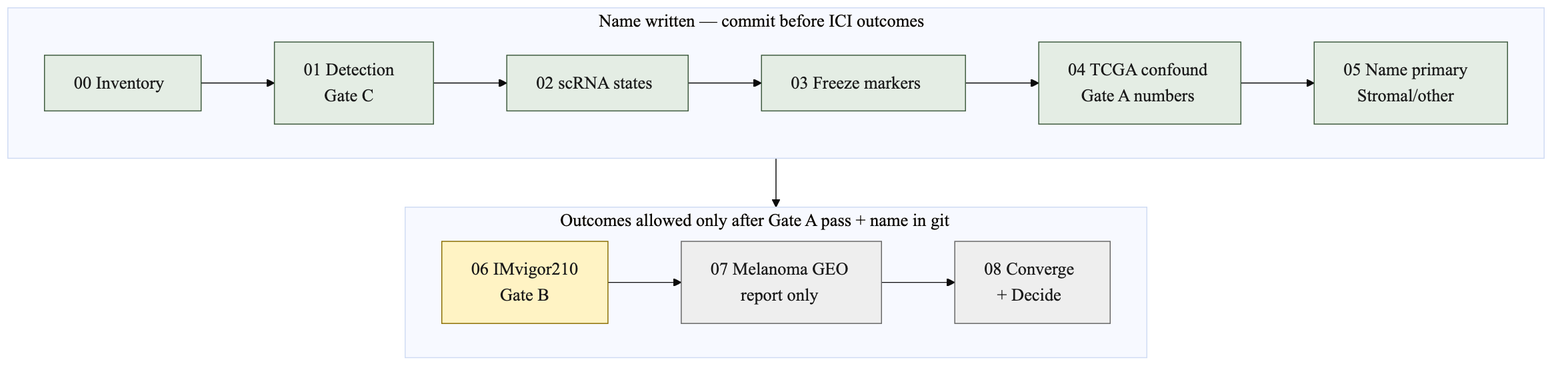
Earlier version of the Mermaid export docs/diagrams/scendo-units.png (cauld/scendo). Its source is kept beside it as docs/diagrams/scendo-units.mmd.
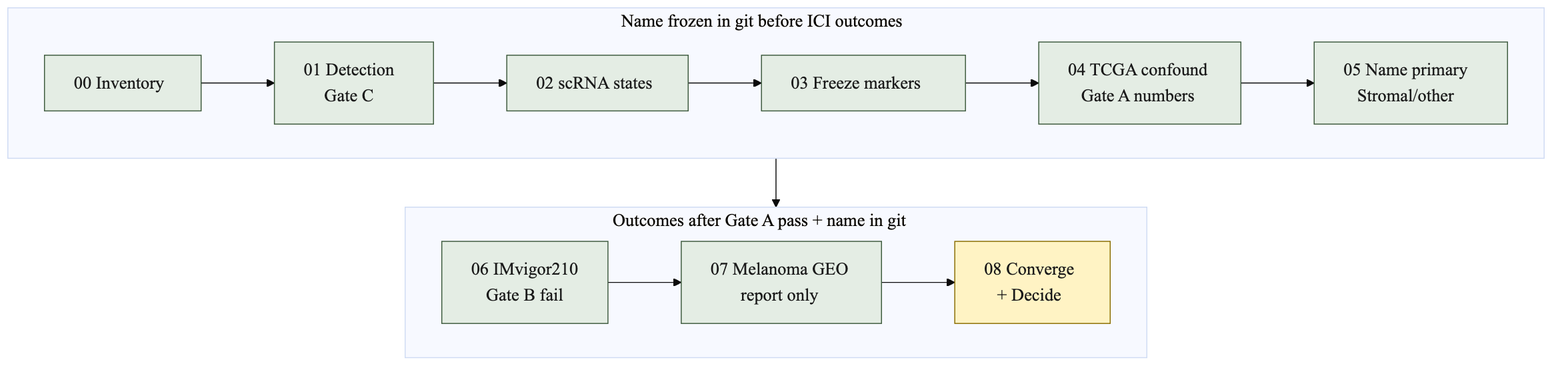
After the commit.

The edit, as a diff of the source:
```diff
@@ -1,6 +1,6 @@
 %%{init: {"theme": "base", "themeVariables": {"fontSize": "18px", "fontFamily": "Helvetica, Arial, sans-serif"}} }%%
 flowchart TB
-  subgraph before["Name written — commit before ICI outcomes"]
+  subgraph before["Name frozen in git before ICI outcomes"]
     direction LR
     U00["00 Inventory"] --> U01["01 Detection<br/>Gate C"]
     U01 --> U02["02 scRNA states"]
@@ -9,9 +9,9 @@
     U04 --> U05["05 Name primary<br/>Stromal/other"]
   end
 
-  subgraph after["Outcomes allowed only after Gate A pass + name in git"]
+  subgraph after["Outcomes after Gate A pass + name in git"]
     direction LR
-    U06["06 IMvigor210<br/>Gate B"] --> U07["07 Melanoma GEO<br/>report only"]
+    U06["06 IMvigor210<br/>Gate B fail"] --> U07["07 Melanoma GEO<br/>report only"]
     U07 --> U08["08 Converge<br/>+ Decide"]
   end
 
@@ -20,6 +20,5 @@
   classDef done fill:#E4EDE4,stroke:#3D5A3D,color:#1A1A1A
   classDef now fill:#FFF3C4,stroke:#8A6D00,color:#1A1A1A
   classDef later fill:#EEEEEE,stroke:#666666,color:#1A1A1A
-  class U00,U01,U02,U03,U04,U05 done
-  class U06 now
-  class U07,U08 later
+  class U00,U01,U02,U03,U04,U05,U06,U07 done
+  class U08 now
```
